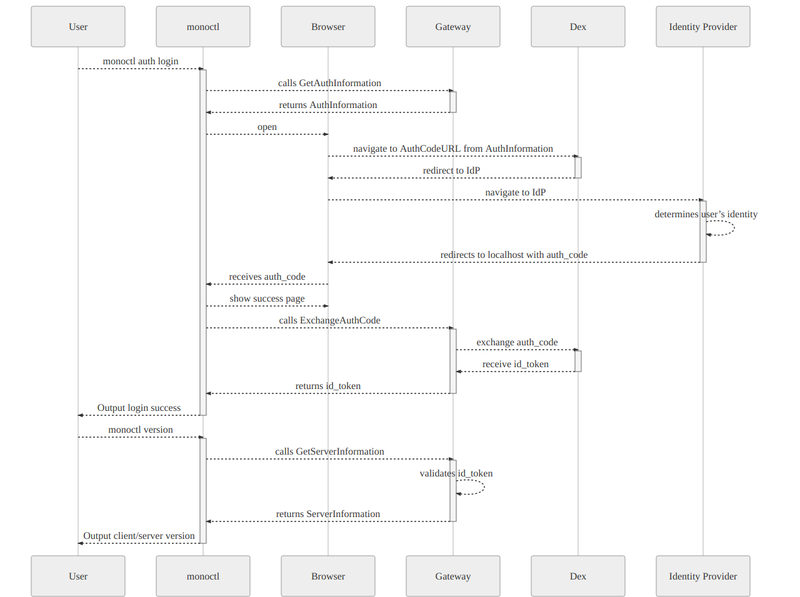
This is docs/flow-charts/images/sd-monoctl-auth.mmd.png from finleap-connect/monoskope, a Mermaid export, as it was before one commit. Its source is kept beside it as docs/flow-charts/sd-monoctl-auth.mmd.
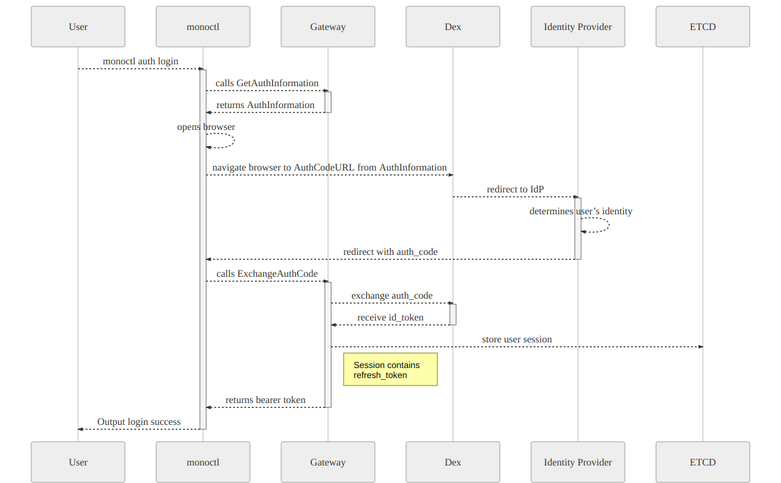
The same diagram one commit later.

Diff of the diagram source:
```diff
@@ -17,6 +17,6 @@
     G-->>+D: exchange auth_code
     D-->>-G: receive id_token
     G-->>E: store user session
-    Note right of G: Session contains refresh_token
+    Note right of G: Session contains<br>refresh_token
     G-->>-M: returns bearer token
     M-->>-U: Output login success
```
